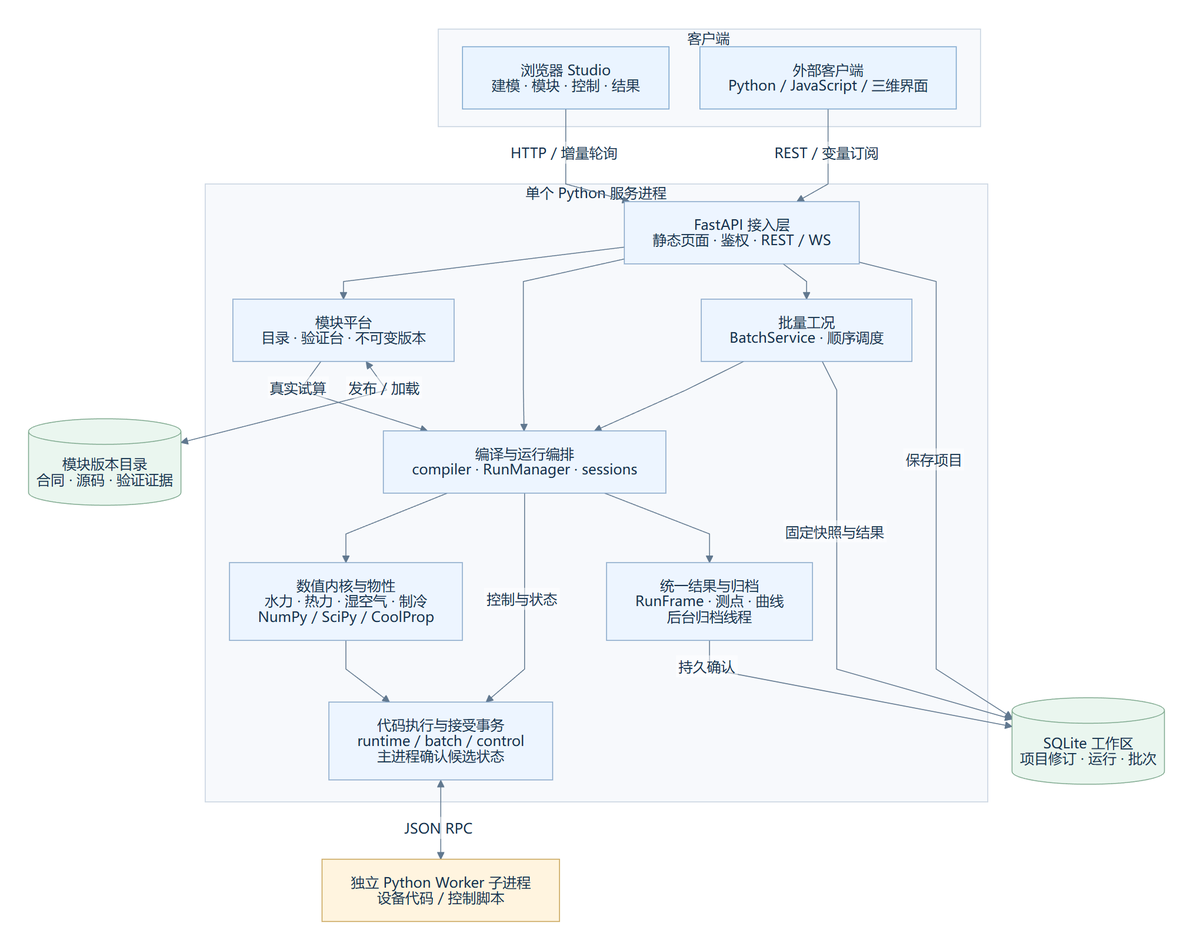
The Mermaid diagram fluidnet-prototype-engine/docs/diagrams/architecture.png in kongbaifan/fluidnet, before a commit. Its source is kept beside it as fluidnet-prototype-engine/docs/diagrams/architecture.mmd.
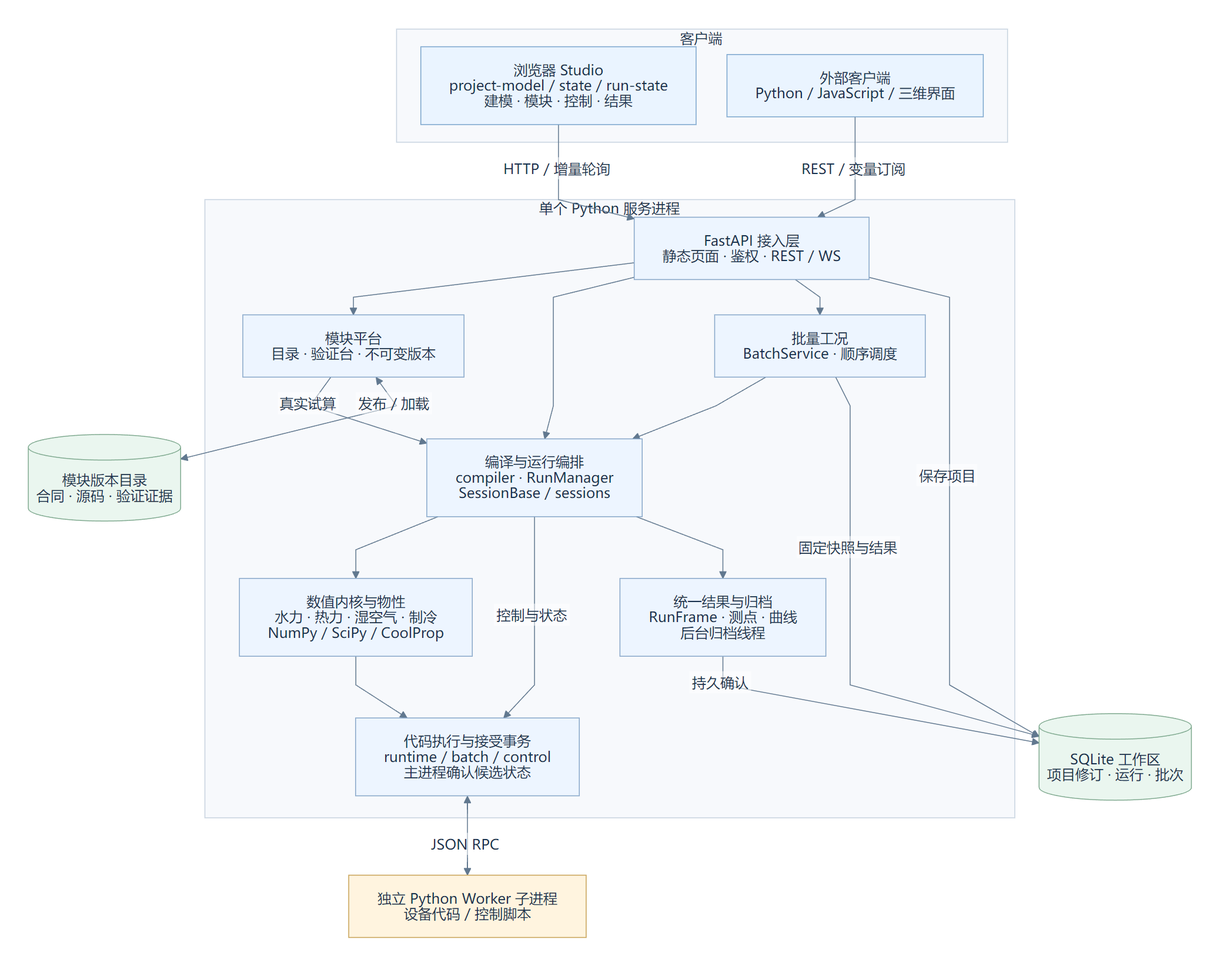
The same file after the commit.

The edit, as a diff of the source:
```diff
@@ -1,13 +1,13 @@
 flowchart TB
   subgraph CLIENT["客户端"]
-    UI["浏览器 Studio<br/>建模 · 模块 · 控制 · 结果"]
+    UI["浏览器 Studio<br/>project-model / state / run-state<br/>建模 · 模块 · 控制 · 结果"]
     EXT["外部客户端<br/>Python / JavaScript / 三维界面"]
   end
   subgraph MAIN["单个 Python 服务进程"]
     API["FastAPI 接入层<br/>静态页面 · 鉴权 · REST / WS"]
     AUTHOR["模块平台<br/>目录 · 验证台 · 不可变版本"]
     BATCH["批量工况<br/>BatchService · 顺序调度"]
-    RUN["编译与运行编排<br/>compiler · RunManager · sessions"]
+    RUN["编译与运行编排<br/>compiler · RunManager<br/>SessionBase / sessions"]
     NUM["数值内核与物性<br/>水力 · 热力 · 湿空气 · 制冷<br/>NumPy / SciPy / CoolProp"]
     TX["代码执行与接受事务<br/>runtime / batch / control<br/>主进程确认候选状态"]
     RESULT["统一结果与归档<br/>RunFrame · 测点 · 曲线<br/>后台归档线程"]
```
